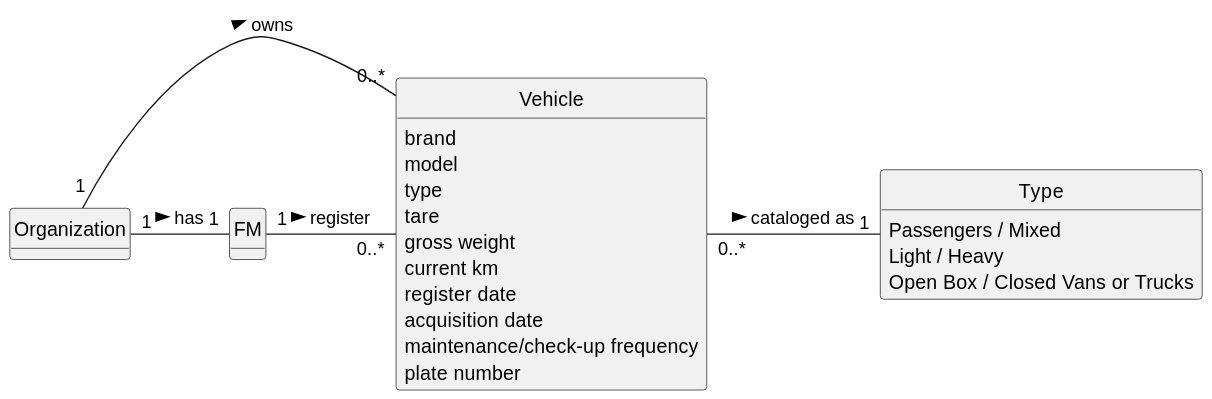
Before: docs/sprintA/us006/02.analysis/svg/us006-domain-model.svg, a diagram exported from PlantUML (daniel41silva05/ISEP_2023_2024_LAPR2).
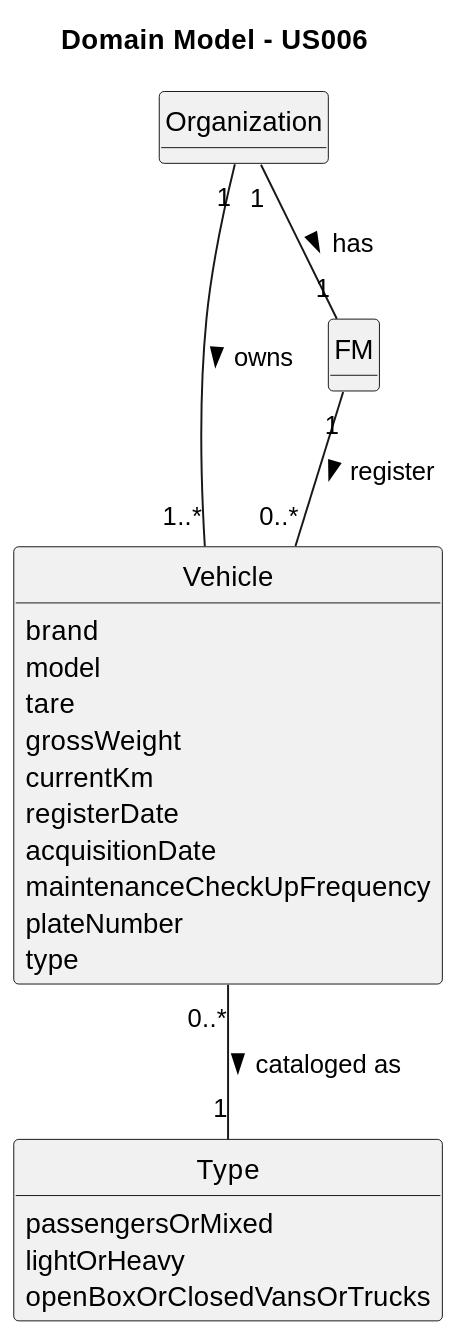
After the commit.

What changed in the source:
```diff
@@ -3,11 +3,12 @@
 skinparam packageStyle rectangle
 skinparam shadowing false
 
-
 skinparam classAttributeIconSize 0
 
 hide circle
 hide methods
+
+title Domain Model - US006
 
 class Organization {
 }
@@ -15,27 +16,27 @@
 class Vehicle {
     brand
     model
+    tare
+    grossWeight
+    currentKm
+    registerDate
+    acquisitionDate
+    maintenanceCheckUpFrequency
+    plateNumber
     type
-    tare
-    gross weight
-    current km
-    register date
-    acquisition date
-    maintenance/check-up frequency
-    plate number
 }
 
 class FM {
 }
 
 class Type {
-    Passengers / Mixed
-    Light / Heavy
-    Open Box / Closed Vans or Trucks
+    passengersOrMixed
+    lightOrHeavy
+    openBoxOrClosedVansOrTrucks
 }
 
-Organization "1" - "1" FM : has >
-Organization "1" - "0..*" Vehicle : owns >
-FM "1" - "0..*" Vehicle : register >
-Vehicle "0..*" - "1" Type : cataloged as >
+Organization "1" -- "1" FM : has >
+Organization "1" -- "1..*" Vehicle : owns >
+FM "1" -- "0..*" Vehicle : register >
+Vehicle "0..*" -- "1" Type : cataloged as >
 @enduml
```
